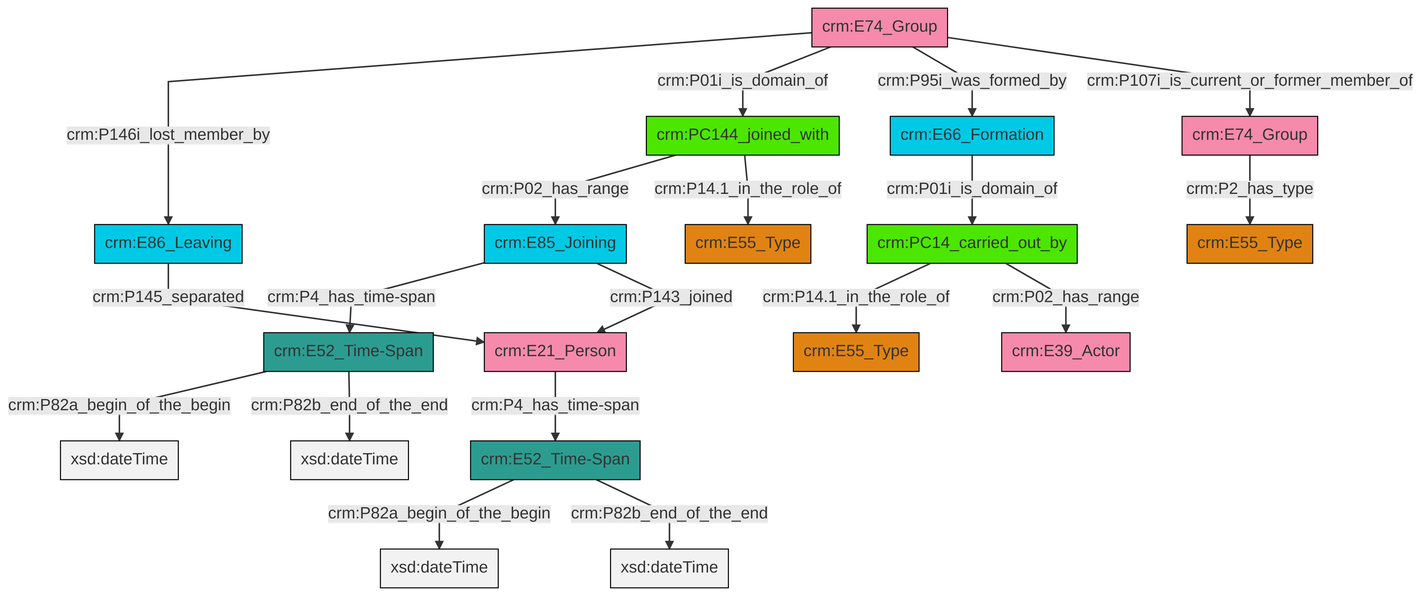
swiss-art-research-net/docs.swissartresearch keeps this Mermaid diagram as et/groupCSV/ttl/mmd/png/group_actor_relations.png. Above is the earlier version. Its source is kept beside it as et/groupCSV/ttl/mmd/group_actor_relations.ttl.mmd.
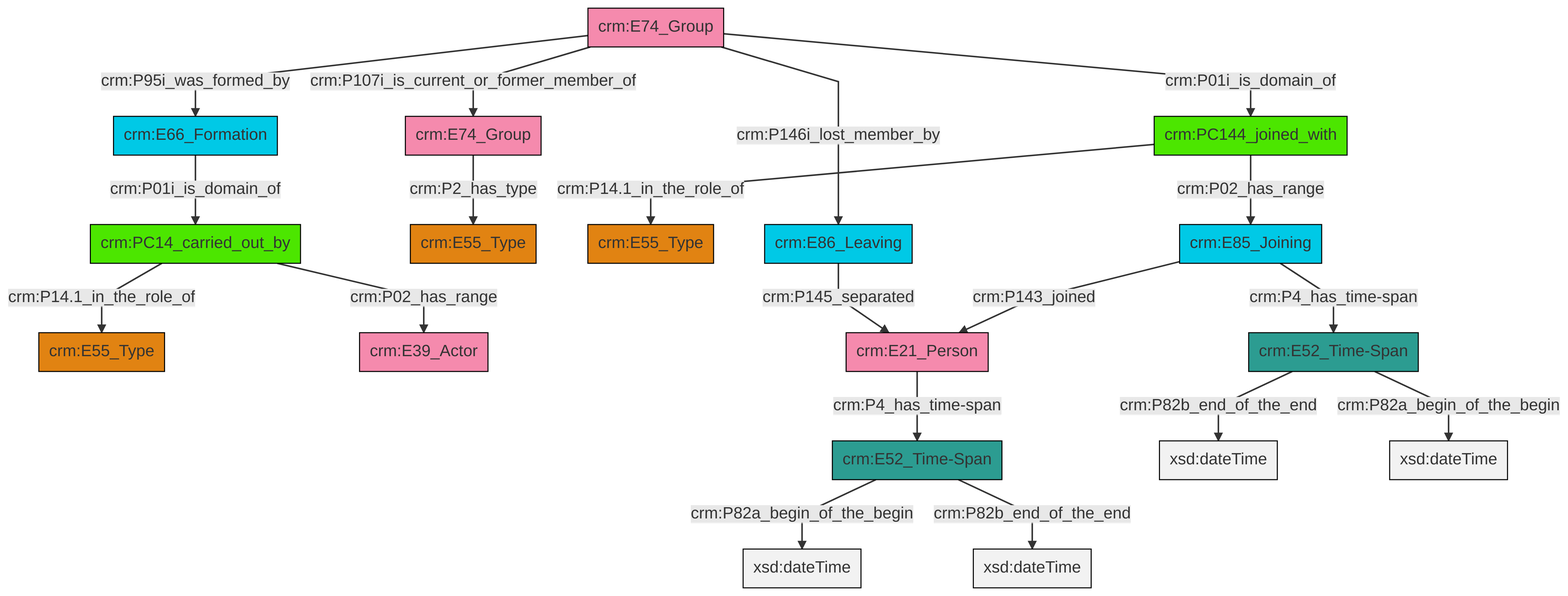
After the commit.

Diff of the diagram source:
```diff
@@ -13,21 +13,21 @@
 classDef PC_Classes fill:#4ce600, stroke:#000000;
 classDef Multi fill:#cccccc,stroke:#000000;
 
-0["crm:E74_Group"]:::Actor -->|crm:P146i_lost_member_by| 1["crm:E86_Leaving"]:::Temporal_Entity
-2["crm:E52_Time-Span"]:::Time-Span -->|crm:P82a_begin_of_the_begin| 3[xsd:dateTime]:::Literal
-5["crm:E74_Group"]:::Actor -->|crm:P2_has_type| 6["crm:E55_Type"]:::Type
-0["crm:E74_Group"]:::Actor -->|crm:P01i_is_domain_of| 7["crm:PC144_joined_with"]:::PC_Classes
-2["crm:E52_Time-Span"]:::Time-Span -->|crm:P82b_end_of_the_end| 11[xsd:dateTime]:::Literal
-0["crm:E74_Group"]:::Actor -->|crm:P95i_was_formed_by| 12["crm:E66_Formation"]:::Temporal_Entity
-19["crm:PC14_carried_out_by"]:::PC_Classes -->|crm:P14.1_in_the_role_of| 17["crm:E55_Type"]:::Type
-7["crm:PC144_joined_with"]:::PC_Classes -->|crm:P02_has_range| 15["crm:E85_Joining"]:::Temporal_Entity
-15["crm:E85_Joining"]:::Temporal_Entity -->|crm:P4_has_time-span| 2["crm:E52_Time-Span"]:::Time-Span
-22["crm:E21_Person"]:::Actor -->|crm:P4_has_time-span| 20["crm:E52_Time-Span"]:::Time-Span
-0["crm:E74_Group"]:::Actor -->|crm:P107i_is_current_or_former_member_of| 5["crm:E74_Group"]:::Actor
-7["crm:PC144_joined_with"]:::PC_Classes -->|crm:P14.1_in_the_role_of| 9["crm:E55_Type"]:::Type
-20["crm:E52_Time-Span"]:::Time-Span -->|crm:P82a_begin_of_the_begin| 25[xsd:dateTime]:::Literal
-15["crm:E85_Joining"]:::Temporal_Entity -->|crm:P143_joined| 22["crm:E21_Person"]:::Actor
-1["crm:E86_Leaving"]:::Temporal_Entity -->|crm:P145_separated| 22["crm:E21_Person"]:::Actor
-12["crm:E66_Formation"]:::Temporal_Entity -->|crm:P01i_is_domain_of| 19["crm:PC14_carried_out_by"]:::PC_Classes
-20["crm:E52_Time-Span"]:::Time-Span -->|crm:P82b_end_of_the_end| 29[xsd:dateTime]:::Literal
-19["crm:PC14_carried_out_by"]:::PC_Classes -->|crm:P02_has_range| 31["crm:E39_Actor"]:::Actor
+2["crm:PC14_carried_out_by"]:::PC_Classes -->|crm:P14.1_in_the_role_of| 4["crm:E55_Type"]:::Type
+5["crm:E74_Group"]:::Actor -->|crm:P01i_is_domain_of| 6["crm:PC144_joined_with"]:::PC_Classes
+5["crm:E74_Group"]:::Actor -->|crm:P107i_is_current_or_former_member_of| 7["crm:E74_Group"]:::Actor
+8["crm:E52_Time-Span"]:::Time-Span -->|crm:P82a_begin_of_the_begin| 9[xsd:dateTime]:::Literal
+5["crm:E74_Group"]:::Actor -->|crm:P95i_was_formed_by| 0["crm:E66_Formation"]:::Temporal_Entity
+7["crm:E74_Group"]:::Actor -->|crm:P2_has_type| 11["crm:E55_Type"]:::Type
+14["crm:E21_Person"]:::Actor -->|crm:P4_has_time-span| 8["crm:E52_Time-Span"]:::Time-Span
+8["crm:E52_Time-Span"]:::Time-Span -->|crm:P82b_end_of_the_end| 17[xsd:dateTime]:::Literal
+18["crm:E52_Time-Span"]:::Time-Span -->|crm:P82b_end_of_the_end| 19[xsd:dateTime]:::Literal
+5["crm:E74_Group"]:::Actor -->|crm:P146i_lost_member_by| 20["crm:E86_Leaving"]:::Temporal_Entity
+6["crm:PC144_joined_with"]:::PC_Classes -->|crm:P14.1_in_the_role_of| 15["crm:E55_Type"]:::Type
+6["crm:PC144_joined_with"]:::PC_Classes -->|crm:P02_has_range| 25["crm:E85_Joining"]:::Temporal_Entity
+18["crm:E52_Time-Span"]:::Time-Span -->|crm:P82a_begin_of_the_begin| 27[xsd:dateTime]:::Literal
+0["crm:E66_Formation"]:::Temporal_Entity -->|crm:P01i_is_domain_of| 2["crm:PC14_carried_out_by"]:::PC_Classes
+25["crm:E85_Joining"]:::Temporal_Entity -->|crm:P4_has_time-span| 18["crm:E52_Time-Span"]:::Time-Span
+25["crm:E85_Joining"]:::Temporal_Entity -->|crm:P143_joined| 14["crm:E21_Person"]:::Actor
+20["crm:E86_Leaving"]:::Temporal_Entity -->|crm:P145_separated| 14["crm:E21_Person"]:::Actor
+2["crm:PC14_carried_out_by"]:::PC_Classes -->|crm:P02_has_range| 12["crm:E39_Actor"]:::Actor
```
